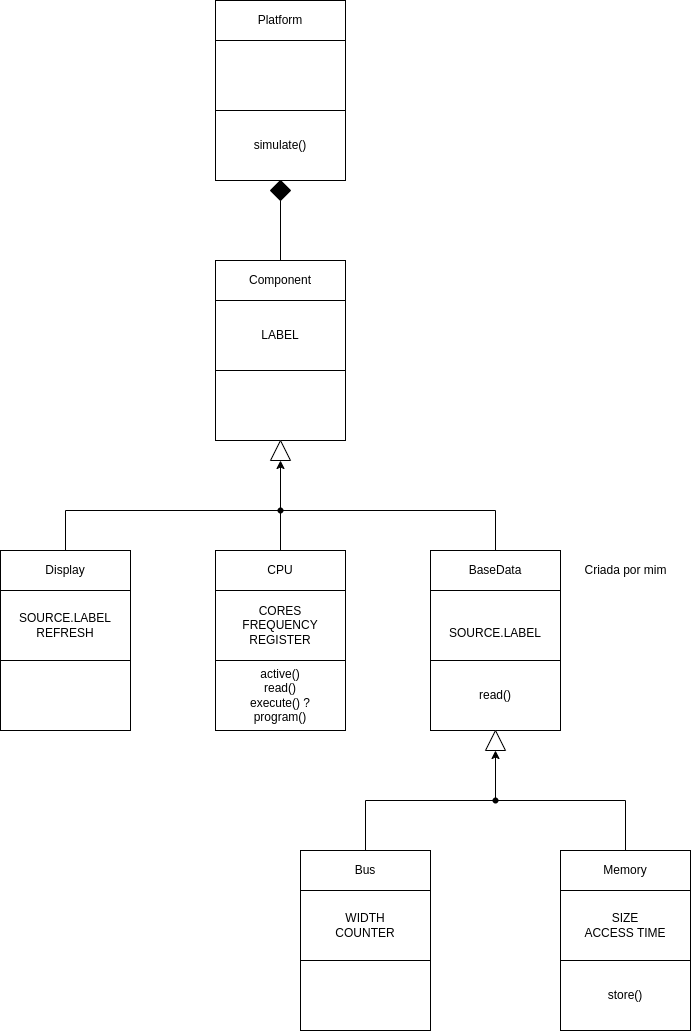
Before: docs/Subject-HW_Simulator.png, a diagram exported from draw.io (FernandoWelzel/oop-project). Source tidied: cells renumbered, new cells last; positions are measured from the earlier drawing's top-left corner, leaving out a move shared by most shapes.
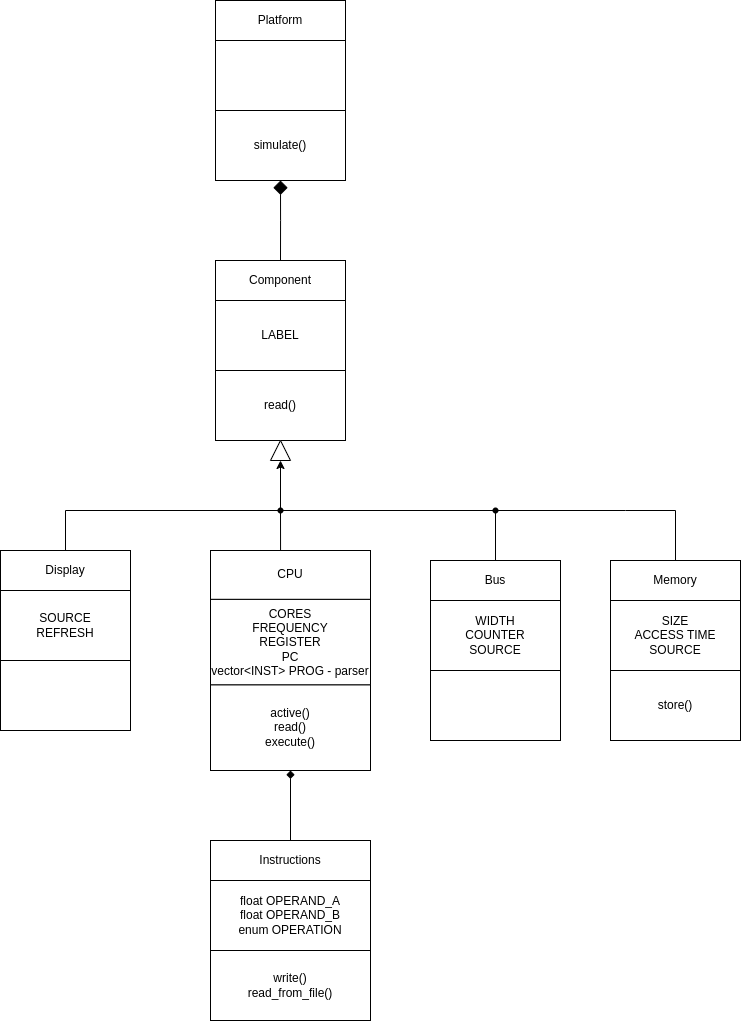
The same diagram one commit later.

Commit message:
Readme - Took out class diagram

Change to the diagram source:
```diff
@@ -2,18 +2,6 @@
   <root>
     <mxCell id="0" />
     <mxCell id="1" parent="0" />
-    <mxCell id="2" style="rounded=0;whiteSpace=wrap;html=1;" parent="1" vertex="1">
-      <mxGeometry x="215" y="550" width="130" height="180" as="geometry" />
-    </mxCell>
-    <mxCell id="3" value="CPU" style="rounded=0;whiteSpace=wrap;html=1;" parent="1" vertex="1">
-      <mxGeometry x="215" y="550" width="130" height="40" as="geometry" />
-    </mxCell>
-    <mxCell id="4" value="CORES&lt;br&gt;FREQUENCY&lt;br&gt;REGISTER" style="rounded=0;whiteSpace=wrap;html=1;" parent="1" vertex="1">
-      <mxGeometry x="215" y="590" width="130" height="70" as="geometry" />
-    </mxCell>
-    <mxCell id="5" value="active()&lt;br&gt;read()&lt;br&gt;execute() ?&lt;br&gt;program()" style="rounded=0;whiteSpace=wrap;html=1;" parent="1" vertex="1">
-      <mxGeometry x="215" y="660" width="130" height="70" as="geometry" />
-    </mxCell>
     <mxCell id="6" style="rounded=0;whiteSpace=wrap;html=1;" parent="1" vertex="1">
       <mxGeometry x="215" y="260" width="130" height="180" as="geometry" />
     </mxCell>
@@ -23,84 +11,68 @@
     <mxCell id="8" value="LABEL" style="rounded=0;whiteSpace=wrap;html=1;" parent="1" vertex="1">
       <mxGeometry x="215" y="300" width="130" height="70" as="geometry" />
     </mxCell>
-    <mxCell id="9" style="rounded=0;whiteSpace=wrap;html=1;" parent="1" vertex="1">
-      <mxGeometry x="215" y="370" width="130" height="70" as="geometry" />
-    </mxCell>
+    <mxCell id="22" value="read()" style="rounded=0;whiteSpace=wrap;html=1;" parent="1" vertex="1">
+      <mxGeometry x="215" y="370" width="130" height="70" as="geometry" />
+    </mxCell>
     <mxCell id="10" style="triangle;whiteSpace=wrap;html=1;rotation=-90;" parent="1" vertex="1">
       <mxGeometry x="270" y="440" width="20" height="20" as="geometry" />
     </mxCell>
-    <mxCell id="11" style="rounded=0;whiteSpace=wrap;html=1;" parent="1" vertex="1">
-      <mxGeometry x="300" y="850" width="130" height="180" as="geometry" />
-    </mxCell>
+    <mxCell id="44" style="rounded=0;whiteSpace=wrap;html=1;" parent="1" vertex="1">
+      <mxGeometry x="430" y="560" width="130" height="180" as="geometry" />
+    </mxCell>
     <mxCell id="12" value="Bus" style="rounded=0;whiteSpace=wrap;html=1;" parent="1" vertex="1">
-      <mxGeometry x="300" y="850" width="130" height="40" as="geometry" />
+      <mxGeometry x="430" y="560" width="130" height="40" as="geometry" />
     </mxCell>
-    <mxCell id="13" value="WIDTH&lt;br&gt;COUNTER" style="rounded=0;whiteSpace=wrap;html=1;" parent="1" vertex="1">
-      <mxGeometry x="300" y="890" width="130" height="70" as="geometry" />
-    </mxCell>
-    <mxCell id="14" style="rounded=0;whiteSpace=wrap;html=1;" parent="1" vertex="1">
-      <mxGeometry x="300" y="960" width="130" height="70" as="geometry" />
-    </mxCell>
-    <mxCell id="15" style="rounded=0;whiteSpace=wrap;html=1;" parent="1" vertex="1">
-      <mxGeometry x="560" y="850" width="130" height="180" as="geometry" />
-    </mxCell>
+    <mxCell id="45" value="WIDTH&lt;br&gt;COUNTER&lt;br&gt;SOURCE" style="rounded=0;whiteSpace=wrap;html=1;" parent="1" vertex="1">
+      <mxGeometry x="430" y="600" width="130" height="70" as="geometry" />
+    </mxCell>
+    <mxCell id="46" style="rounded=0;whiteSpace=wrap;html=1;" parent="1" vertex="1">
+      <mxGeometry x="430" y="670" width="130" height="70" as="geometry" />
+    </mxCell>
+    <mxCell id="47" style="rounded=0;whiteSpace=wrap;html=1;" parent="1" vertex="1">
+      <mxGeometry x="610" y="560" width="130" height="180" as="geometry" />
+    </mxCell>
     <mxCell id="16" value="Memory" style="rounded=0;whiteSpace=wrap;html=1;" parent="1" vertex="1">
-      <mxGeometry x="560" y="850" width="130" height="40" as="geometry" />
+      <mxGeometry x="610" y="560" width="130" height="40" as="geometry" />
     </mxCell>
-    <mxCell id="17" value="SIZE&lt;br&gt;ACCESS TIME&lt;br&gt;" style="rounded=0;whiteSpace=wrap;html=1;" parent="1" vertex="1">
-      <mxGeometry x="560" y="890" width="130" height="70" as="geometry" />
-    </mxCell>
+    <mxCell id="48" value="SIZE&lt;br&gt;ACCESS TIME&lt;br&gt;SOURCE" style="rounded=0;whiteSpace=wrap;html=1;" parent="1" vertex="1">
+      <mxGeometry x="610" y="600" width="130" height="70" as="geometry" />
+    </mxCell>
     <mxCell id="18" value="store()" style="rounded=0;whiteSpace=wrap;html=1;" parent="1" vertex="1">
-      <mxGeometry x="560" y="960" width="130" height="70" as="geometry" />
+      <mxGeometry x="610" y="670" width="130" height="70" as="geometry" />
     </mxCell>
-    <mxCell id="19" style="rounded=0;whiteSpace=wrap;html=1;" parent="1" vertex="1">
-      <mxGeometry x="430" y="550" width="130" height="180" as="geometry" />
-    </mxCell>
-    <mxCell id="20" value="BaseData" style="rounded=0;whiteSpace=wrap;html=1;" parent="1" vertex="1">
-      <mxGeometry x="430" y="550" width="130" height="40" as="geometry" />
-    </mxCell>
-    <mxCell id="21" value="&lt;br&gt;SOURCE.LABEL" style="rounded=0;whiteSpace=wrap;html=1;" parent="1" vertex="1">
-      <mxGeometry x="430" y="590" width="130" height="70" as="geometry" />
-    </mxCell>
-    <mxCell id="22" value="read()" style="rounded=0;whiteSpace=wrap;html=1;" parent="1" vertex="1">
-      <mxGeometry x="430" y="660" width="130" height="70" as="geometry" />
-    </mxCell>
-    <mxCell id="23" style="triangle;whiteSpace=wrap;html=1;rotation=-90;" parent="1" vertex="1">
-      <mxGeometry x="485" y="730" width="20" height="20" as="geometry" />
-    </mxCell>
-    <mxCell id="24" style="edgeStyle=orthogonalEdgeStyle;rounded=0;jettySize=auto;html=1;entryX=0;entryY=0.5;entryDx=0;entryDy=0;" parent="1" edge="1" source="25" target="23">
-      <mxGeometry relative="1" as="geometry" />
-    </mxCell>
-    <mxCell id="25" style="shape=waypoint;sketch=0;fillStyle=solid;size=6;points=[];fillColor=none;perimeter=centerPerimeter;snapToPoint=1;" parent="1" vertex="1">
-      <mxGeometry x="485" y="790" width="20" height="20" as="geometry" />
-    </mxCell>
-    <mxCell id="26" style="endArrow=none;html=1;rounded=0;edgeStyle=orthogonalEdgeStyle;exitX=0.5;exitY=0;exitDx=0;exitDy=0;" parent="1" edge="1" source="12" target="25">
-      <mxGeometry relative="1" as="geometry">
-        <Array as="points">
-          <mxPoint x="365" y="800" />
-        </Array>
-      </mxGeometry>
-    </mxCell>
-    <mxCell id="27" style="endArrow=none;html=1;rounded=0;edgeStyle=orthogonalEdgeStyle;exitX=0.5;exitY=0;exitDx=0;exitDy=0;entryX=1.097;entryY=0.605;entryDx=0;entryDy=0;entryPerimeter=0;" parent="1" edge="1" source="16" target="25">
-      <mxGeometry relative="1" as="geometry">
-        <Array as="points">
-          <mxPoint x="625" y="800" />
-        </Array>
-      </mxGeometry>
-    </mxCell>
+    <mxCell id="49" style="shape=waypoint;sketch=0;fillStyle=solid;size=6;points=[];fillColor=none;perimeter=centerPerimeter;snapToPoint=1;" parent="1" vertex="1">
+      <mxGeometry x="485" y="500" width="20" height="20" as="geometry" />
+    </mxCell>
+    <mxCell id="50" style="endArrow=none;html=1;rounded=0;edgeStyle=orthogonalEdgeStyle;exitX=0.5;exitY=0;exitDx=0;exitDy=0;" parent="1" edge="1" source="12">
+      <mxGeometry relative="1" as="geometry">
+        <mxPoint x="625" y="510" as="targetPoint" />
+        <Array as="points">
+          <mxPoint x="495" y="510" />
+        </Array>
+      </mxGeometry>
+    </mxCell>
+    <mxCell id="51" style="endArrow=none;html=1;rounded=0;edgeStyle=orthogonalEdgeStyle;exitX=0.5;exitY=0;exitDx=0;exitDy=0;entryX=1.097;entryY=0.605;entryDx=0;entryDy=0;entryPerimeter=0;" parent="1" edge="1" source="16">
+      <mxGeometry relative="1" as="geometry">
+        <mxPoint x="625" y="510" as="targetPoint" />
+        <Array as="points">
+          <mxPoint x="675" y="510" />
+        </Array>
+      </mxGeometry>
+    </mxCell>
     <mxCell id="28" style="edgeStyle=orthogonalEdgeStyle;rounded=0;jettySize=auto;html=1;entryX=0;entryY=0.5;entryDx=0;entryDy=0;" parent="1" edge="1" source="29" target="10">
       <mxGeometry relative="1" as="geometry" />
     </mxCell>
     <mxCell id="29" style="shape=waypoint;sketch=0;fillStyle=solid;size=6;points=[];fillColor=none;perimeter=centerPerimeter;snapToPoint=1;" parent="1" vertex="1">
       <mxGeometry x="270" y="500" width="20" height="20" as="geometry" />
     </mxCell>
-    <mxCell id="30" style="endArrow=none;html=1;rounded=0;edgeStyle=orthogonalEdgeStyle;exitX=0.971;exitY=0.657;exitDx=0;exitDy=0;exitPerimeter=0;entryX=0.5;entryY=0;entryDx=0;entryDy=0;" parent="1" edge="1" source="29" target="20">
-      <mxGeometry relative="1" as="geometry">
-        <Array as="points">
-          <mxPoint x="495" y="510" />
-        </Array>
-      </mxGeometry>
-    </mxCell>
+    <mxCell id="52" style="endArrow=none;html=1;rounded=0;edgeStyle=orthogonalEdgeStyle;exitX=0.971;exitY=0.657;exitDx=0;exitDy=0;exitPerimeter=0;entryX=0.364;entryY=0.64;entryDx=0;entryDy=0;entryPerimeter=0;" parent="1" edge="1" source="29" target="49">
+      <mxGeometry relative="1" as="geometry">
+        <Array as="points">
+          <mxPoint x="495" y="510" />
+        </Array>
+      </mxGeometry>
+    </mxCell>
     <mxCell id="31" style="endArrow=none;html=1;rounded=0;edgeStyle=orthogonalEdgeStyle;exitX=0.5;exitY=0;exitDx=0;exitDy=0;entryX=0.257;entryY=1;entryDx=0;entryDy=0;entryPerimeter=0;" parent="1" edge="1" source="3" target="29">
       <mxGeometry relative="1" as="geometry">
         <Array as="points">
@@ -114,9 +86,9 @@
     <mxCell id="33" value="Display" style="rounded=0;whiteSpace=wrap;html=1;" parent="1" vertex="1">
       <mxGeometry y="550" width="130" height="40" as="geometry" />
     </mxCell>
-    <mxCell id="34" value="SOURCE.LABEL&lt;br&gt;REFRESH&lt;br&gt;" style="rounded=0;whiteSpace=wrap;html=1;" parent="1" vertex="1">
-      <mxGeometry y="590" width="130" height="70" as="geometry" />
-    </mxCell>
+    <mxCell id="53" value="SOURCE&lt;br&gt;REFRESH" style="rounded=0;whiteSpace=wrap;html=1;" parent="1" vertex="1">
+      <mxGeometry y="590" width="130" height="70" as="geometry" />
+    </mxCell>
     <mxCell id="35" style="rounded=0;whiteSpace=wrap;html=1;" parent="1" vertex="1">
       <mxGeometry y="660" width="130" height="70" as="geometry" />
     </mxCell>
@@ -139,14 +111,46 @@
     <mxCell id="40" value="simulate()" style="rounded=0;whiteSpace=wrap;html=1;" parent="1" vertex="1">
       <mxGeometry x="215" y="110" width="130" height="70" as="geometry" />
     </mxCell>
-    <mxCell id="41" style="rhombus;whiteSpace=wrap;html=1;fillColor=#000000;" parent="1" vertex="1">
-      <mxGeometry x="270" y="180" width="20" height="20" as="geometry" />
-    </mxCell>
-    <mxCell id="42" style="endArrow=none;html=1;rounded=0;exitX=0.5;exitY=0;exitDx=0;exitDy=0;entryX=0.5;entryY=1;entryDx=0;entryDy=0;" parent="1" edge="1" source="7" target="41">
-      <mxGeometry relative="1" as="geometry" />
-    </mxCell>
-    <mxCell id="43" value="Criada por mim" style="text;html=1;align=center;verticalAlign=middle;strokeColor=none;fillColor=none;" parent="1" vertex="1">
-      <mxGeometry x="570" y="555" width="110" height="30" as="geometry" />
-    </mxCell>
+    <mxCell id="54" style="group;" parent="1" vertex="1">
+      <mxGeometry x="210" y="840" width="160" height="180" as="geometry" />
+    </mxCell>
+    <mxCell id="55" style="rounded=0;whiteSpace=wrap;html=1;" parent="54" vertex="1">
+      <mxGeometry width="160" height="180" as="geometry" />
+    </mxCell>
+    <mxCell id="56" value="Instructions" style="rounded=0;whiteSpace=wrap;html=1;" parent="54" vertex="1">
+      <mxGeometry width="160" height="40" as="geometry" />
+    </mxCell>
+    <mxCell id="57" value="float OPERAND_A&lt;br&gt;float OPERAND_B&lt;br&gt;enum OPERATION" style="rounded=0;whiteSpace=wrap;html=1;" parent="54" vertex="1">
+      <mxGeometry y="40" width="160" height="70" as="geometry" />
+    </mxCell>
+    <mxCell id="58" value="write()&lt;br&gt;read_from_file()" style="rounded=0;whiteSpace=wrap;html=1;" parent="54" vertex="1">
+      <mxGeometry y="110" width="160" height="70" as="geometry" />
+    </mxCell>
+    <mxCell id="59" style="edgeStyle=orthogonalEdgeStyle;rounded=0;jettySize=auto;html=1;entryX=0.5;entryY=1;entryDx=0;entryDy=0;endArrow=diamond;endFill=1;endSize=12;exitX=0.5;exitY=0;exitDx=0;exitDy=0;" parent="1" edge="1" source="7" target="40">
+      <mxGeometry relative="1" as="geometry">
+        <Array as="points">
+          <mxPoint x="280" y="220" />
+          <mxPoint x="280" y="220" />
+        </Array>
+      </mxGeometry>
+    </mxCell>
+    <mxCell id="60" style="group;" parent="1" vertex="1">
+      <mxGeometry x="210" y="550" width="160" height="220" as="geometry" />
+    </mxCell>
+    <mxCell id="61" style="rounded=0;whiteSpace=wrap;html=1;" parent="60" vertex="1">
+      <mxGeometry width="160" height="220" as="geometry" />
+    </mxCell>
+    <mxCell id="3" value="CPU" style="rounded=0;whiteSpace=wrap;html=1;" parent="60" vertex="1">
+      <mxGeometry width="160" height="48.9" as="geometry" />
+    </mxCell>
+    <mxCell id="62" value="CORES&lt;br&gt;FREQUENCY&lt;br&gt;REGISTER&lt;br&gt;PC&lt;br&gt;vector&amp;lt;INST&amp;gt; PROG - parser" style="rounded=0;whiteSpace=wrap;html=1;" parent="60" vertex="1">
+      <mxGeometry y="48.9" width="160" height="85.6" as="geometry" />
+    </mxCell>
+    <mxCell id="63" value="active()&lt;br&gt;read()&lt;br&gt;execute()" style="rounded=0;whiteSpace=wrap;html=1;" parent="60" vertex="1">
+      <mxGeometry y="134.4" width="160" height="85.6" as="geometry" />
+    </mxCell>
+    <mxCell id="64" style="edgeStyle=orthogonalEdgeStyle;rounded=0;jettySize=auto;html=1;entryX=0.5;entryY=1;entryDx=0;entryDy=0;endArrow=diamond;endFill=1;" parent="1" edge="1" source="56" target="63">
+      <mxGeometry relative="1" as="geometry" />
+    </mxCell>
   </root>
 </mxGraphModel>
```
